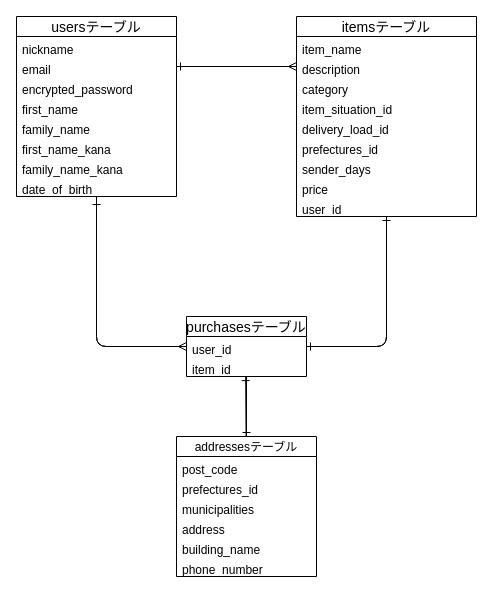
This is furima.dio from 8yukidaruma8/furima-38545, a draw.io file, before an edit. Source tidied: cells renumbered, new cells numbered last; positions are measured from the earlier drawing's top-left corner, leaving out a move shared by most shapes. Both pictures are drawn from the tidied source at 100%, with x=0, y=0 at pixel (16, 16).
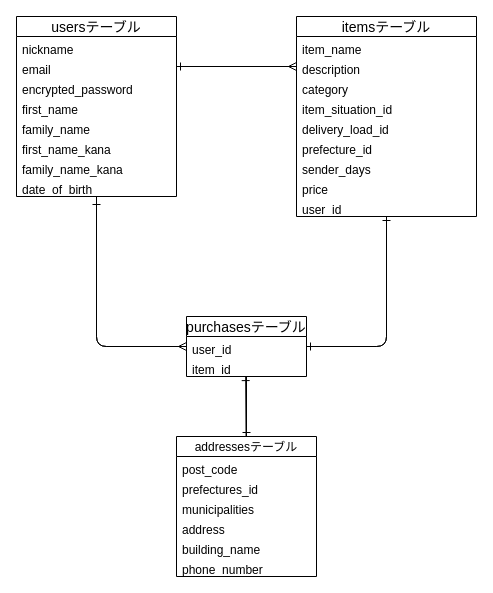
After the change.

Unchanged cells that the change refers to:
```xml
<mxCell id="13" value="itemsテーブル" style="swimlane;fontStyle=0;horizontal=1;startSize=20;align=center;fontSize=14;swimlaneFillColor=none;gradientColor=none;shadow=0;" parent="1" vertex="1">
  <mxGeometry x="280" width="180" height="200" as="geometry" />
</mxCell>
```

What changed in the source:
```diff
@@
-    <mxCell id="19" value="prefectures_id" style="text;strokeColor=none;fillColor=none;spacingLeft=4;spacingRight=4;overflow=hidden;fontSize=12;" parent="13" vertex="1">
+    <mxCell id="19" value="prefecture_id" style="text;strokeColor=none;fillColor=none;spacingLeft=4;spacingRight=4;overflow=hidden;fontSize=12;" parent="13" vertex="1">
       <mxGeometry y="120" width="180" height="20" as="geometry" />
     </mxCell>
```
